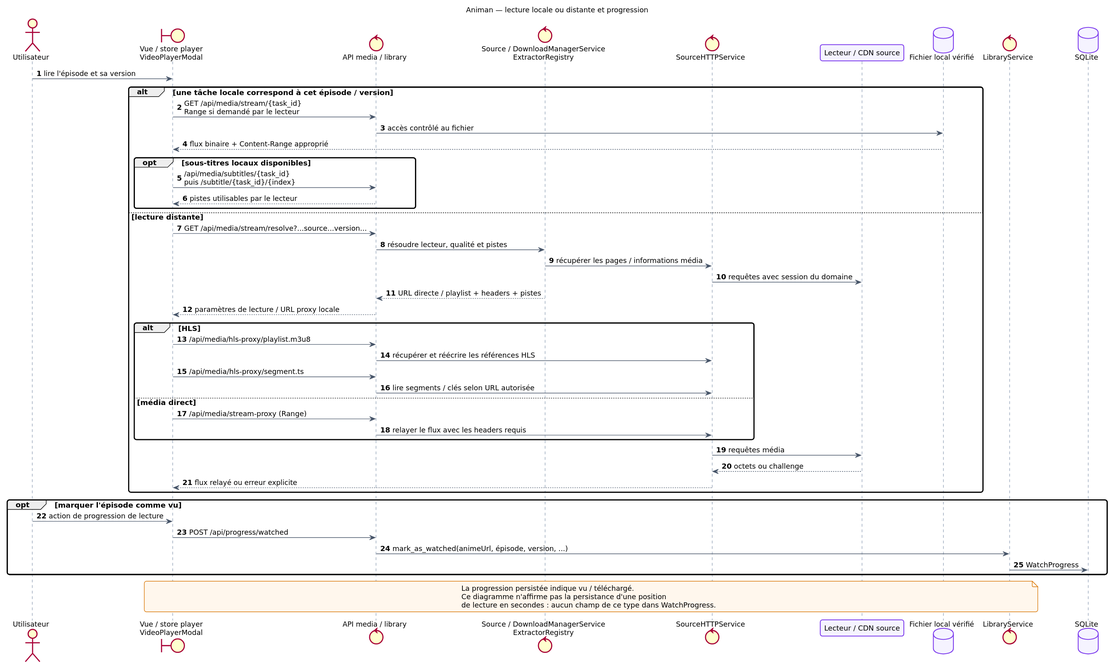
The PlantUML diagram docs/architecture/svg/14-sequence-lecture.svg in loeuf237/animan-python, before a commit.
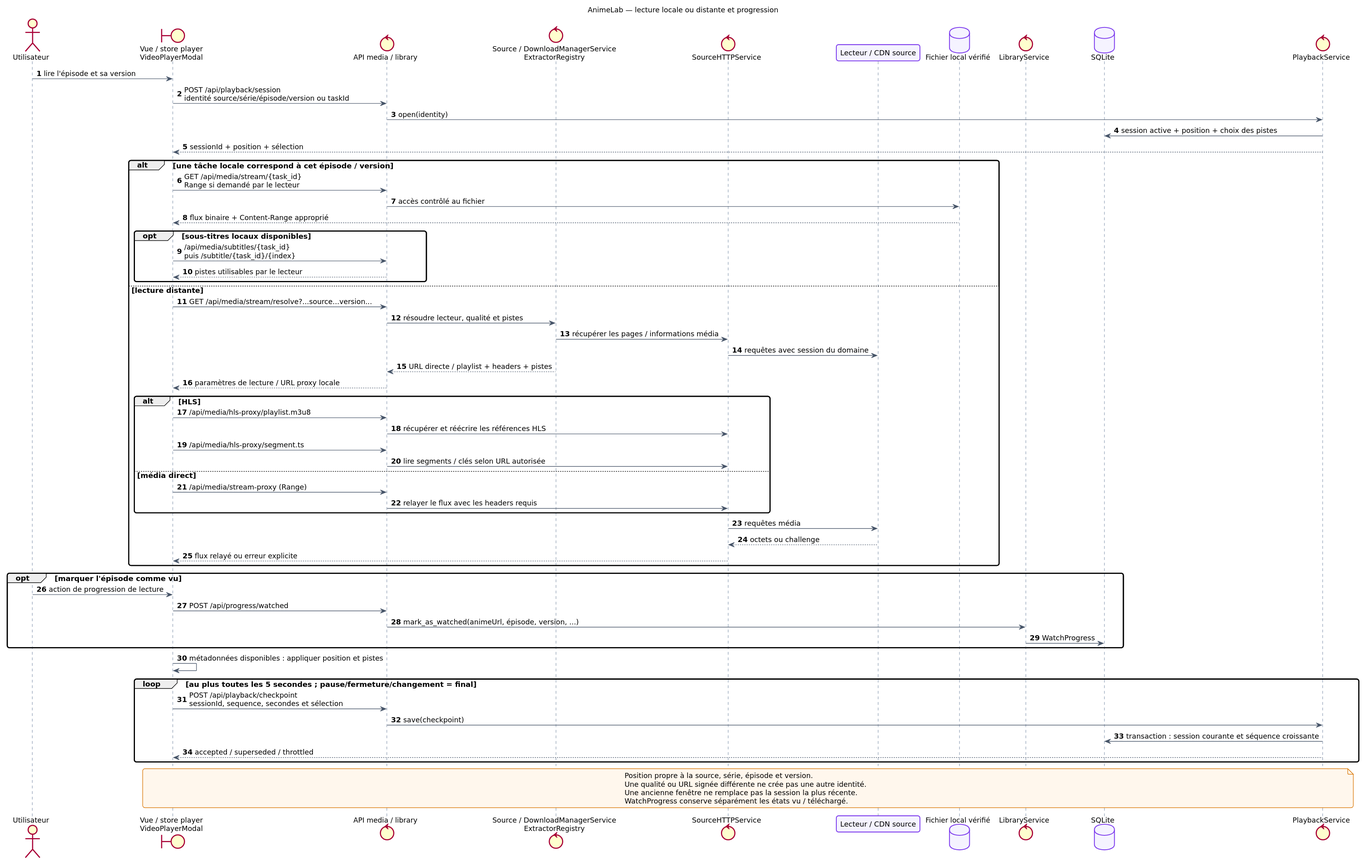
The same file after the commit.

The edit, as a diff of the source:
```diff
@@ -24,7 +24,7 @@
 skinparam databaseBackgroundColor #F5F3FF
 skinparam databaseBorderColor #7C3AED
 hide empty members
-title Animan — lecture locale ou distante et progression
+title AnimeLab — lecture locale ou distante et progression
 autonumber
 actor Utilisateur as U
 boundary "Vue / store player\nVideoPlayerModal" as UI
@@ -35,7 +35,12 @@
 database "Fichier local vérifié" as Local
 control LibraryService as Library
 database SQLite as DB
+control PlaybackService as Progress
 U -> UI : lire l'épisode et sa version
+UI -> API : POST /api/playback/session\nidentité source/série/épisode/version ou taskId
+API -> Progress : open(identity)
+Progress -> DB : session active + position + choix des pistes
+Progress --> UI : sessionId + position + sélection
 alt une tâche locale correspond à cet épisode / version
   UI -> API : GET /api/media/stream/{task_id}\nRange si demandé par le lecteur
   API -> Local : accès contrôlé au fichier
@@ -70,9 +75,17 @@
   API -> Library : mark_as_watched(animeUrl, épisode, version, ...)
   Library -> DB : WatchProgress
 end
-note over UI,Library
-La progression persistée indique vu / téléchargé.
-Ce diagramme n'affirme pas la persistance d'une position
-de lecture en secondes : aucun champ de ce type dans WatchProgress.
+UI -> UI : métadonnées disponibles : appliquer position et pistes
+loop au plus toutes les 5 secondes ; pause/fermeture/changement = final
+  UI -> API : POST /api/playback/checkpoint\nsessionId, sequence, secondes et sélection
+  API -> Progress : save(checkpoint)
+  Progress -> DB : transaction : session courante et séquence croissante
+  Progress --> UI : accepted / superseded / throttled
+end
+note over UI,Progress
+Position propre à la source, série, épisode et version.
+Une qualité ou URL signée différente ne crée pas une autre identité.
+Une ancienne fenêtre ne remplace pas la session la plus récente.
+WatchProgress conserve séparément les états vu / téléchargé.
 end note
 @enduml
```
